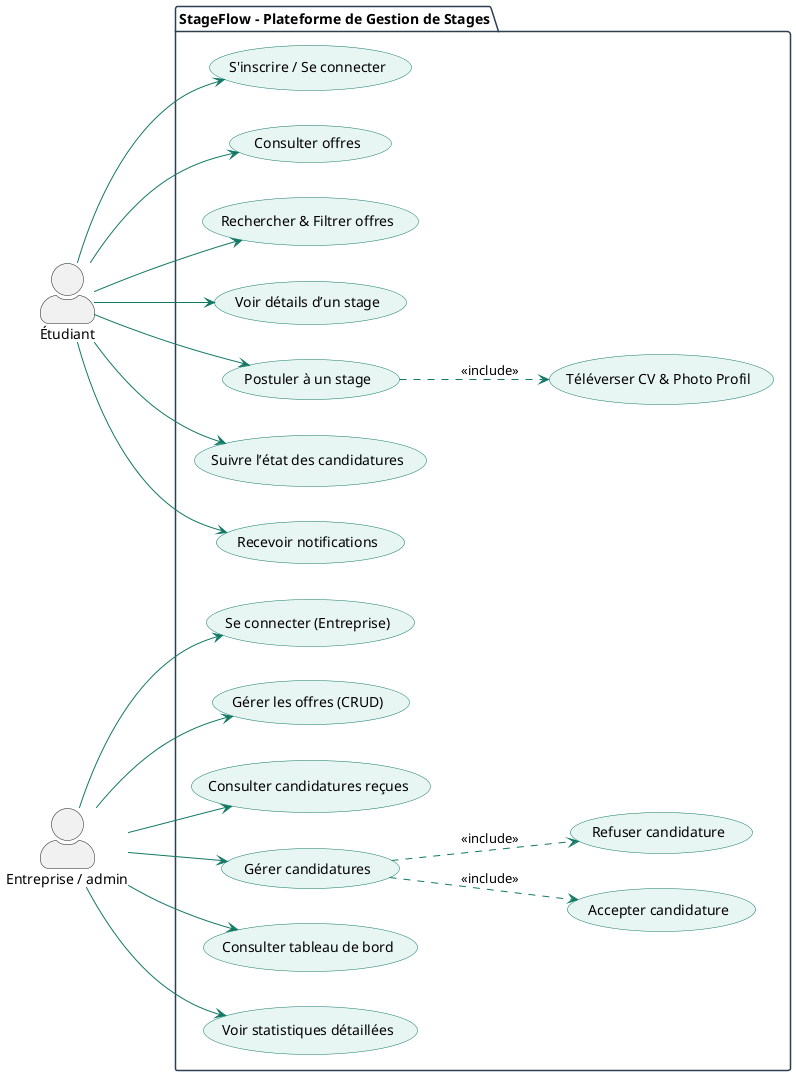
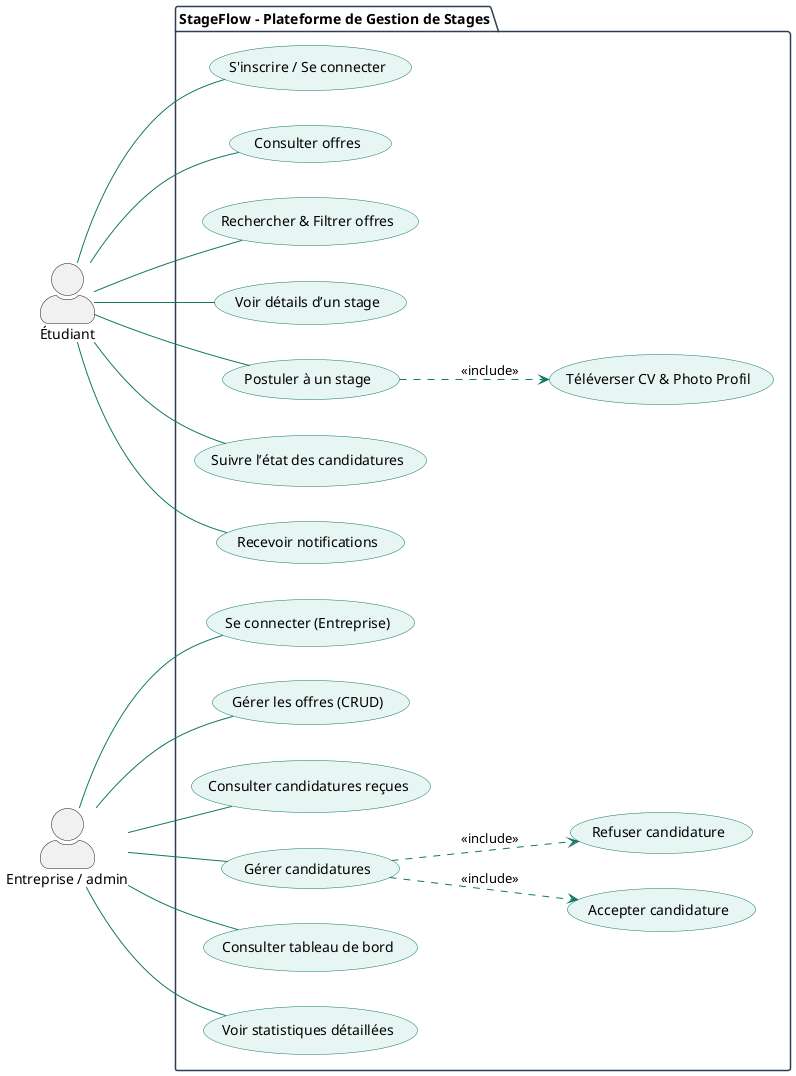
@startuml StageFlow_Cas_Utilisation_Global
skinparam actorStyle awesome
left to right direction

skinparam package {
    BackgroundColor White
    BorderColor #2C3E50
}

skinparam usecase {
    BackgroundColor #E8F6F3
    BorderColor #117864
    ArrowColor #117864
}

actor "Étudiant" as E
actor "Entreprise / admin" as Ent

package "StageFlow - Plateforme de Gestion de Stages" {

    ' ========================
    ' Espace Étudiant
    ' ========================

    usecase "S'inscrire / Se connecter" as UC1
    usecase "Consulter offres" as UC2
    usecase "Rechercher & Filtrer offres" as UC3
    usecase "Voir détails d’un stage" as UC4
    usecase "Postuler à un stage" as UC5
    usecase "Téléverser CV & Photo Profil" as UC6
    usecase "Suivre l’état des candidatures" as UC7
    usecase "Recevoir notifications" as UC8

-     E --> UC1
-     E --> UC2
-     E --> UC3
-     E --> UC4
-     E --> UC5
-     E --> UC7
-     E --> UC8
+     E -- UC1
+     E -- UC2
+     E -- UC3
+     E -- UC4
+     E -- UC5
+     E -- UC7
+     E -- UC8

    UC5 ..> UC6 : <<include>>

    ' ========================
    ' Espace Entreprise
    ' ========================

    usecase "Se connecter (Entreprise)" as UC9
    usecase "Gérer les offres (CRUD)" as UC10
    usecase "Consulter candidatures reçues" as UC11
    usecase "Gérer candidatures" as UC12
    usecase "Accepter candidature" as UC13
    usecase "Refuser candidature" as UC14
    usecase "Consulter tableau de bord" as UC15
    usecase "Voir statistiques détaillées" as UC16

-     Ent --> UC9
-     Ent --> UC10
-     Ent --> UC11
-     Ent --> UC12
-     Ent --> UC15
-     Ent --> UC16
+     Ent -- UC9
+     Ent -- UC10
+     Ent -- UC11
+     Ent -- UC12
+     Ent -- UC15
+     Ent -- UC16

    UC12 ..> UC13 : <<include>>
    UC12 ..> UC14 : <<include>>
}
@enduml